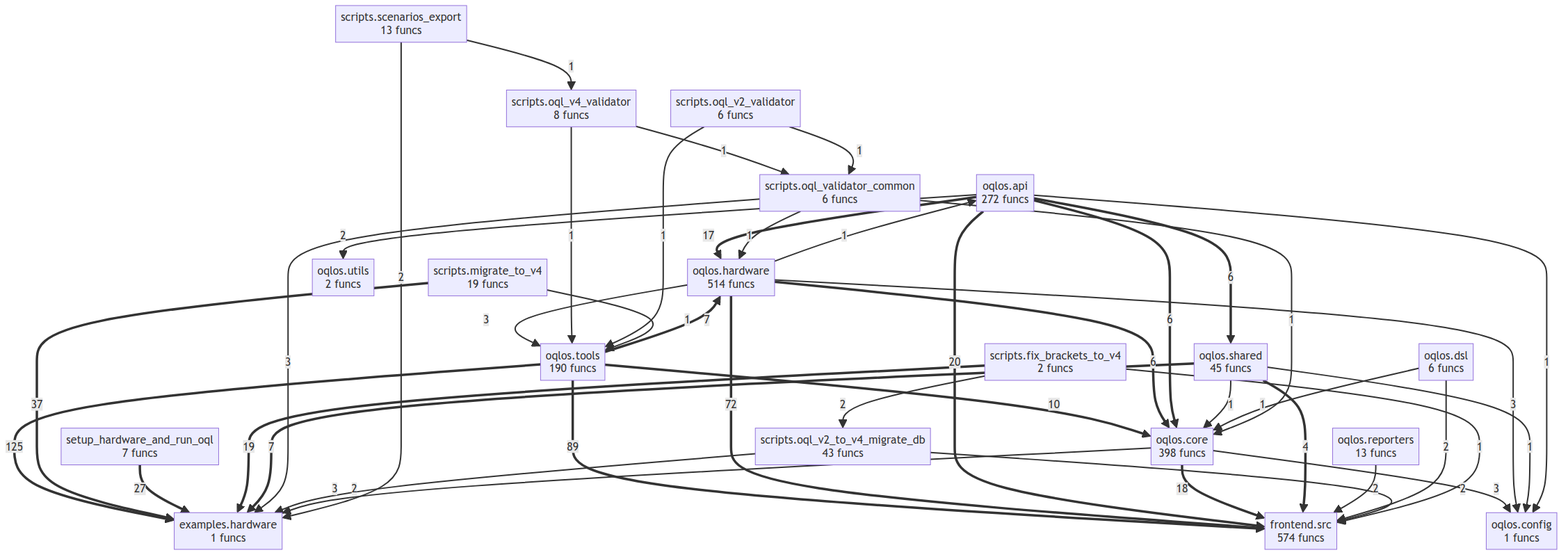
Earlier version of the Mermaid export project/compact_flow.png (oqlos/oqlos). Its source is kept beside it as project/compact_flow.mmd.
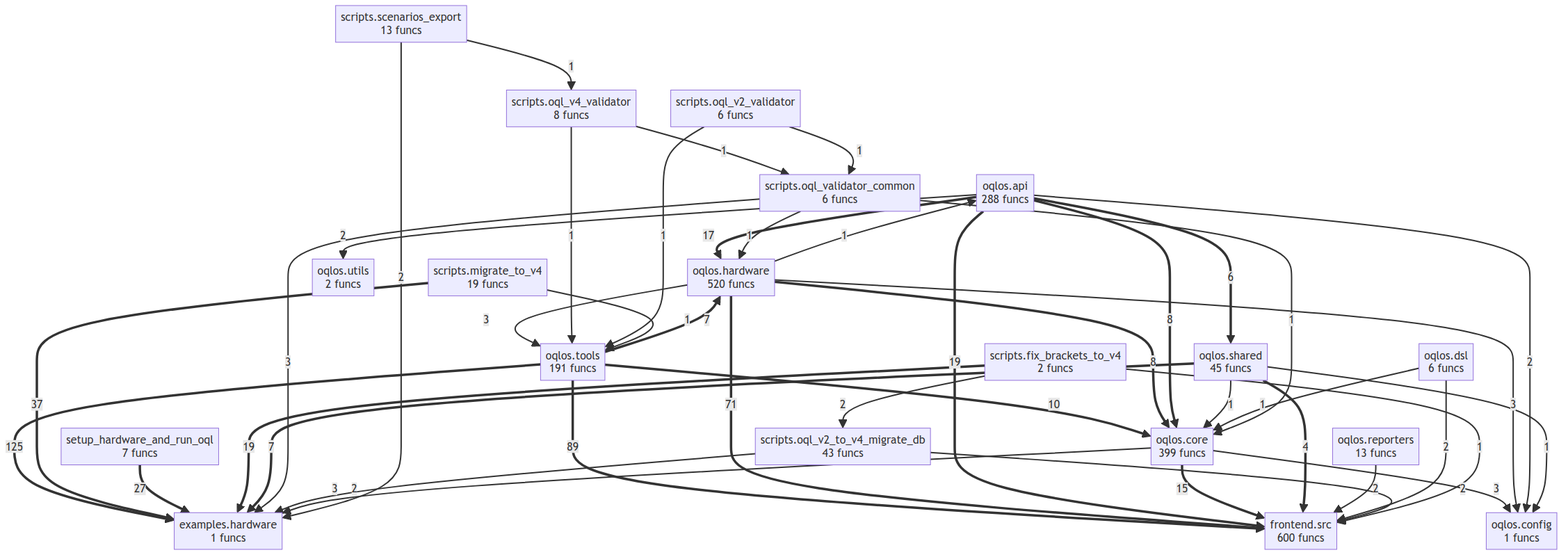
After the change.

The edit, as a diff of the source:
```diff
@@ -1,14 +1,14 @@
 flowchart TD
     examples__hardware["examples.hardware<br/>1 funcs"]
-    frontend__src["frontend.src<br/>574 funcs"]
-    oqlos__api["oqlos.api<br/>272 funcs"]
+    frontend__src["frontend.src<br/>600 funcs"]
+    oqlos__api["oqlos.api<br/>288 funcs"]
     oqlos__config["oqlos.config<br/>1 funcs"]
-    oqlos__core["oqlos.core<br/>398 funcs"]
+    oqlos__core["oqlos.core<br/>399 funcs"]
     oqlos__dsl["oqlos.dsl<br/>6 funcs"]
-    oqlos__hardware["oqlos.hardware<br/>514 funcs"]
+    oqlos__hardware["oqlos.hardware<br/>520 funcs"]
     oqlos__reporters["oqlos.reporters<br/>13 funcs"]
     oqlos__shared["oqlos.shared<br/>45 funcs"]
-    oqlos__tools["oqlos.tools<br/>190 funcs"]
+    oqlos__tools["oqlos.tools<br/>191 funcs"]
     oqlos__utils["oqlos.utils<br/>2 funcs"]
     scripts__fix_brackets_to_v4["scripts.fix_brackets_to_v4<br/>2 funcs"]
     scripts__migrate_to_v4["scripts.migrate_to_v4<br/>19 funcs"]
@@ -20,18 +20,18 @@
     setup_hardware_and_run_oql["setup_hardware_and_run_oql<br/>7 funcs"]
     oqlos__tools ==>|125| examples__hardware
     oqlos__tools ==>|89| frontend__src
-    oqlos__hardware ==>|72| frontend__src
+    oqlos__hardware ==>|71| frontend__src
     scripts__migrate_to_v4 ==>|37| examples__hardware
     setup_hardware_and_run_oql ==>|27| examples__hardware
-    oqlos__api ==>|20| frontend__src
+    oqlos__api ==>|19| frontend__src
     scripts__fix_brackets_to_v4 ==>|19| examples__hardware
-    oqlos__core ==>|18| frontend__src
     oqlos__api ==>|17| oqlos__hardware
+    oqlos__core ==>|15| frontend__src
     oqlos__tools ==>|10| oqlos__core
+    oqlos__hardware ==>|8| oqlos__core
+    oqlos__api ==>|8| oqlos__core
     oqlos__tools ==>|7| oqlos__hardware
     oqlos__shared ==>|7| examples__hardware
-    oqlos__hardware ==>|6| oqlos__core
-    oqlos__api ==>|6| oqlos__core
     oqlos__api ==>|6| oqlos__shared
     oqlos__shared ==>|4| frontend__src
     oqlos__core -->|3| oqlos__config
@@ -41,11 +41,12 @@
     scripts__oql_v2_to_v4_migrate_db -->|3| examples__hardware
     oqlos__core -->|2| examples__hardware
     oqlos__reporters -->|2| frontend__src
+    oqlos__api -->|2| oqlos__utils
+    oqlos__api -->|2| oqlos__config
     oqlos__dsl -->|2| frontend__src
     scripts__fix_brackets_to_v4 -->|2| scripts__oql_v2_to_v4_migrate_db
     scripts__oql_v2_to_v4_migrate_db -->|2| frontend__src
     scripts__scenarios_export -->|2| examples__hardware
-    oqlos__api -->|2| oqlos__utils
     oqlos__hardware -->|1| oqlos__api
     oqlos__shared -->|1| oqlos__core
     oqlos__shared -->|1| oqlos__config
@@ -59,4 +60,3 @@
     scripts__oql_v2_validator -->|1| scripts__oql_validator_common
     scripts__migrate_to_v4 -->|1| oqlos__tools
     scripts__scenarios_export -->|1| scripts__oql_v4_validator
-    oqlos__api -->|1| oqlos__config
```
